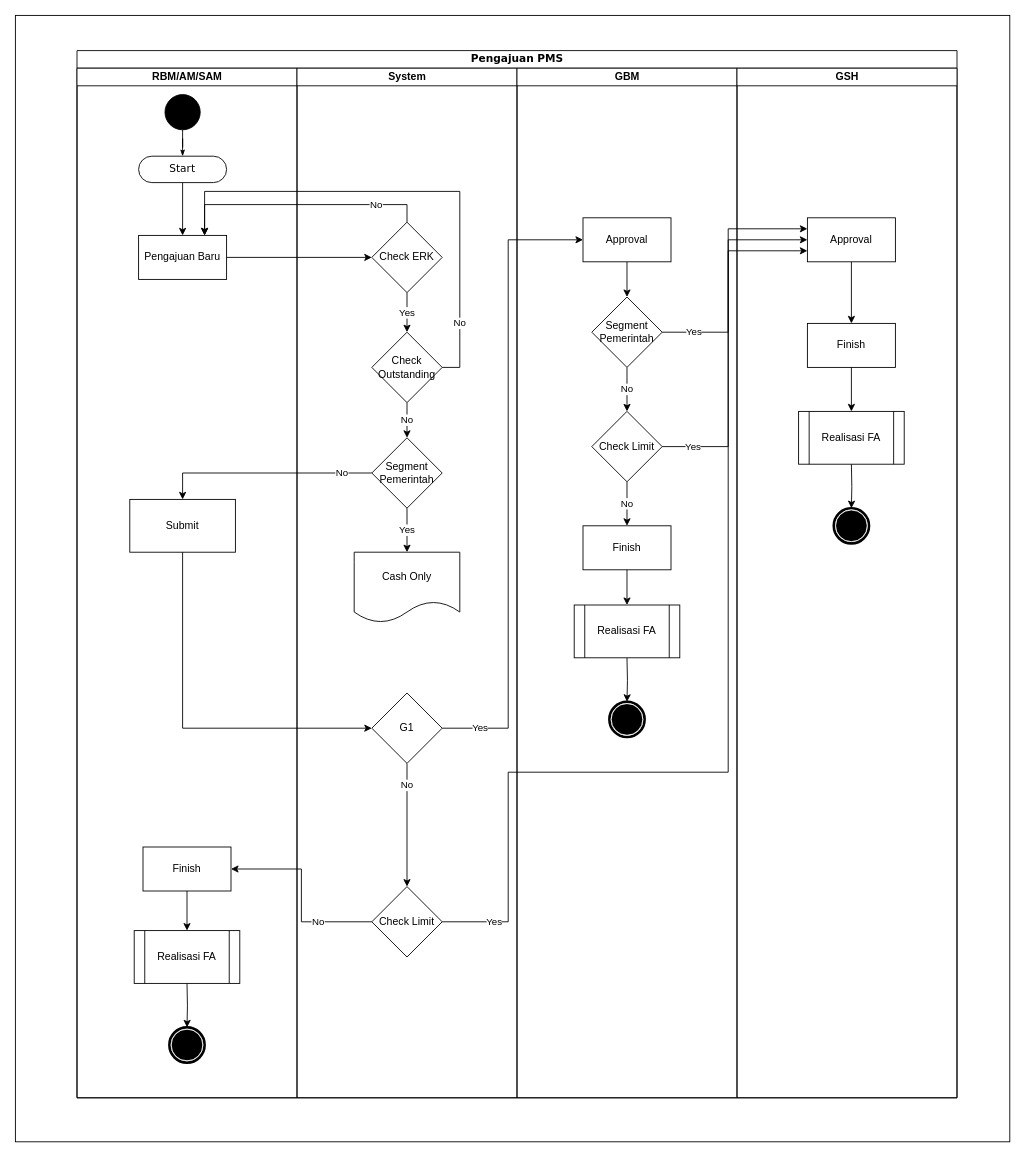
Above: page "BP-Paten Mobile G3" (2 of 6) of Diagram Paten Mobile G3.drawio in muhamadfarkhan/system-analyst (draw.io), before the change. Source tidied: cells renumbered, new cells numbered last; positions are measured from the earlier drawing's top-left corner, leaving out a move shared by most shapes. Both pictures are drawn from the tidied source at 88%, with x=0, y=0 at pixel (15, 15).
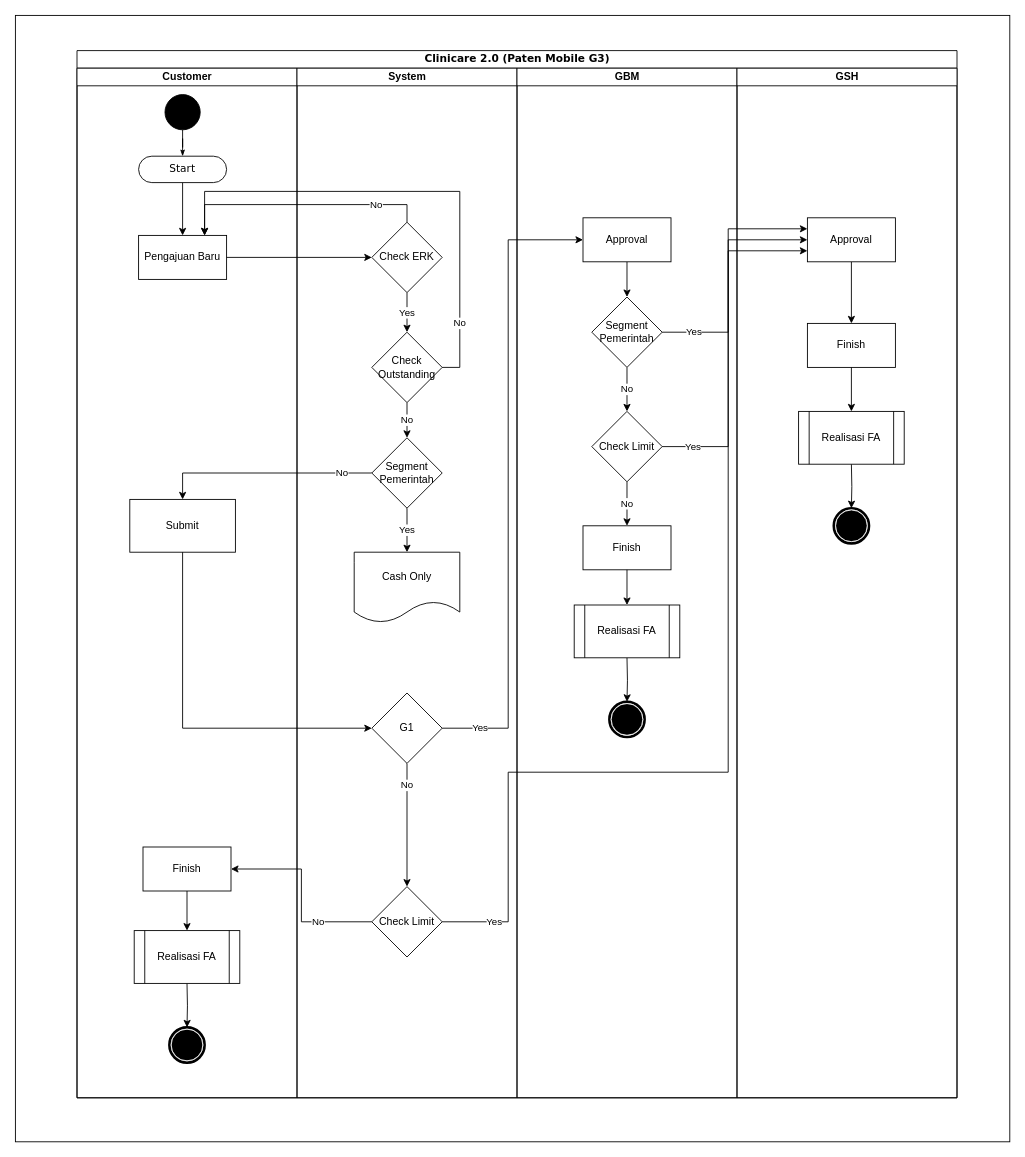
The same diagram, later.

The edit, as a diff of the source:
```diff
@@
-    <mxCell id="3" value="Pengajuan PMS" style="swimlane;html=1;startSize=20;rounded=0;shadow=0;comic=0;labelBackgroundColor=none;strokeWidth=1;fontFamily=Verdana;fontSize=12;align=center;" parent="1" vertex="1">
+    <mxCell id="3" value="Clinicare 2.0 (Paten Mobile G3)" style="swimlane;html=1;startSize=20;rounded=0;shadow=0;comic=0;labelBackgroundColor=none;strokeWidth=1;fontFamily=Verdana;fontSize=12;align=center;" parent="1" vertex="1">
       <mxGeometry x="70" y="40" width="1000" height="1190" as="geometry" />
     </mxCell>
-    <mxCell id="4" value="RBM/AM/SAM" style="swimlane;html=1;startSize=20;" parent="3" vertex="1">
+    <mxCell id="4" value="Customer" style="swimlane;html=1;startSize=20;" parent="3" vertex="1">
       <mxGeometry y="20" width="250" height="1170" as="geometry" />
     </mxCell>
```
